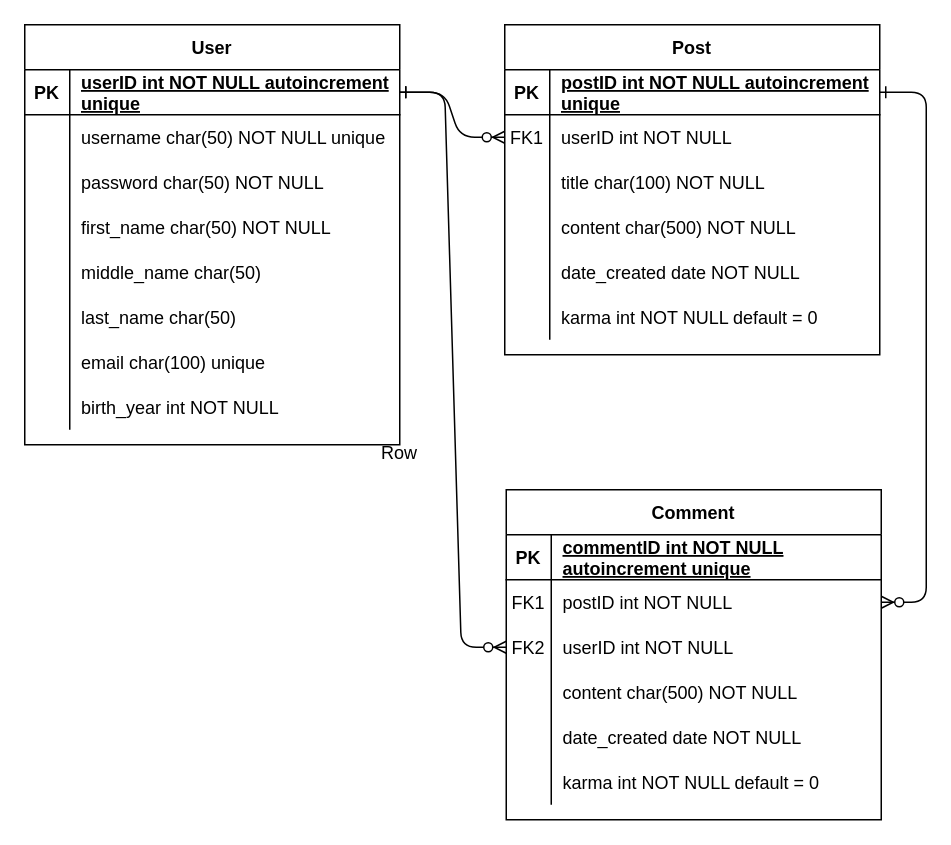
This is Untitled Diagram.drawio from MerelOhler/PromineoWeek9, a draw.io file, before an edit. Source tidied: cells renumbered, new cells numbered last; positions are measured from the earlier drawing's top-left corner, leaving out a move shared by most shapes. Both pictures are drawn from the tidied source at 150%, with x=0, y=0 at pixel (24, 24).
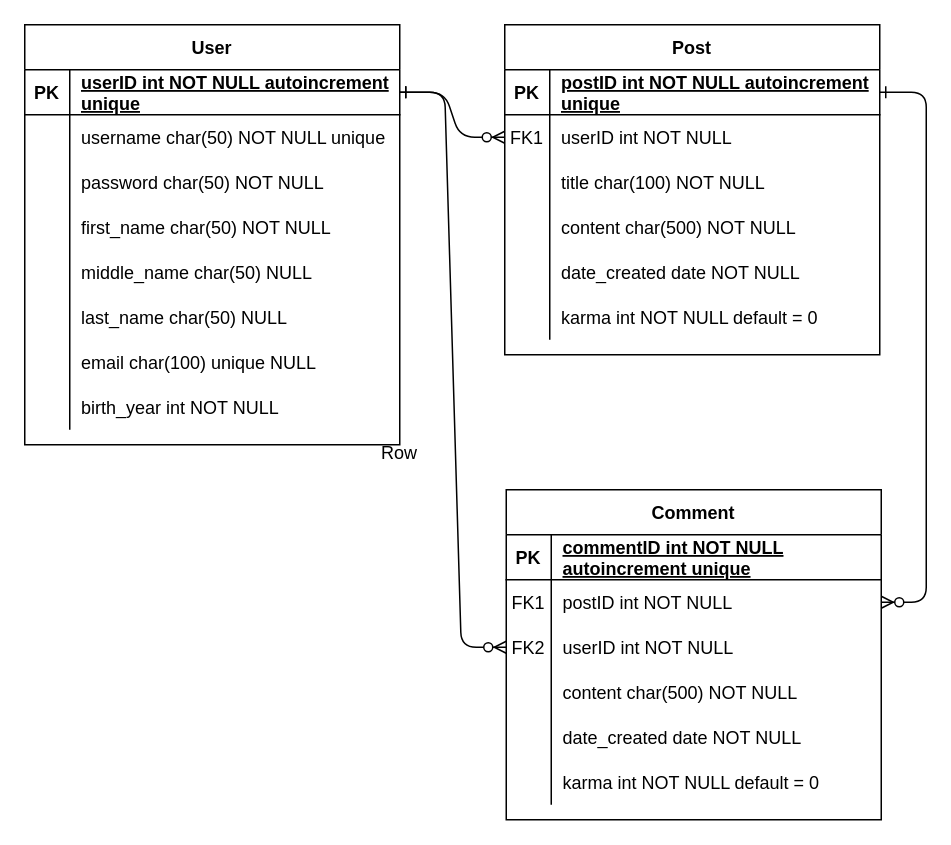
The same diagram, later.

The change refers to these unchanged cells:
```xml
<mxCell id="55" style="shape=tableRow;horizontal=0;startSize=0;swimlaneHead=0;swimlaneBody=0;fillColor=none;top=0;left=0;right=0;bottom=0;" parent="42" vertex="1">
  <mxGeometry y="150" width="250" height="30" as="geometry" />
</mxCell>
<mxCell id="58" style="shape=tableRow;horizontal=0;startSize=0;swimlaneHead=0;swimlaneBody=0;fillColor=none;top=0;left=0;right=0;bottom=0;" parent="42" vertex="1">
  <mxGeometry y="180" width="250" height="30" as="geometry" />
</mxCell>
<mxCell id="61" style="shape=tableRow;horizontal=0;startSize=0;swimlaneHead=0;swimlaneBody=0;fillColor=none;top=0;left=0;right=0;bottom=0;" parent="42" vertex="1">
  <mxGeometry y="210" width="250" height="30" as="geometry" />
</mxCell>
```

The edit, as a diff of the source:
```diff
@@
-    <mxCell id="57" value="middle_name char(50)" style="shape=partialRectangle;fillColor=none;top=0;left=0;bottom=0;right=0;align=left;spacingLeft=6;overflow=hidden;" parent="55" vertex="1">
+    <mxCell id="57" value="middle_name char(50) NULL" style="shape=partialRectangle;fillColor=none;top=0;left=0;bottom=0;right=0;align=left;spacingLeft=6;overflow=hidden;" parent="55" vertex="1">
       <mxGeometry x="30" width="220" height="30" as="geometry" />
     </mxCell>
@@
-    <mxCell id="60" value="last_name char(50)" style="shape=partialRectangle;fillColor=none;top=0;left=0;bottom=0;right=0;align=left;spacingLeft=6;overflow=hidden;" parent="58" vertex="1">
+    <mxCell id="60" value="last_name char(50) NULL" style="shape=partialRectangle;fillColor=none;top=0;left=0;bottom=0;right=0;align=left;spacingLeft=6;overflow=hidden;" parent="58" vertex="1">
       <mxGeometry x="30" width="220" height="30" as="geometry" />
     </mxCell>
@@
-    <mxCell id="63" value="email char(100) unique" style="shape=partialRectangle;fillColor=none;top=0;left=0;bottom=0;right=0;align=left;spacingLeft=6;overflow=hidden;" parent="61" vertex="1">
+    <mxCell id="63" value="email char(100) unique NULL" style="shape=partialRectangle;fillColor=none;top=0;left=0;bottom=0;right=0;align=left;spacingLeft=6;overflow=hidden;" parent="61" vertex="1">
       <mxGeometry x="30" width="220" height="30" as="geometry" />
     </mxCell>
```
